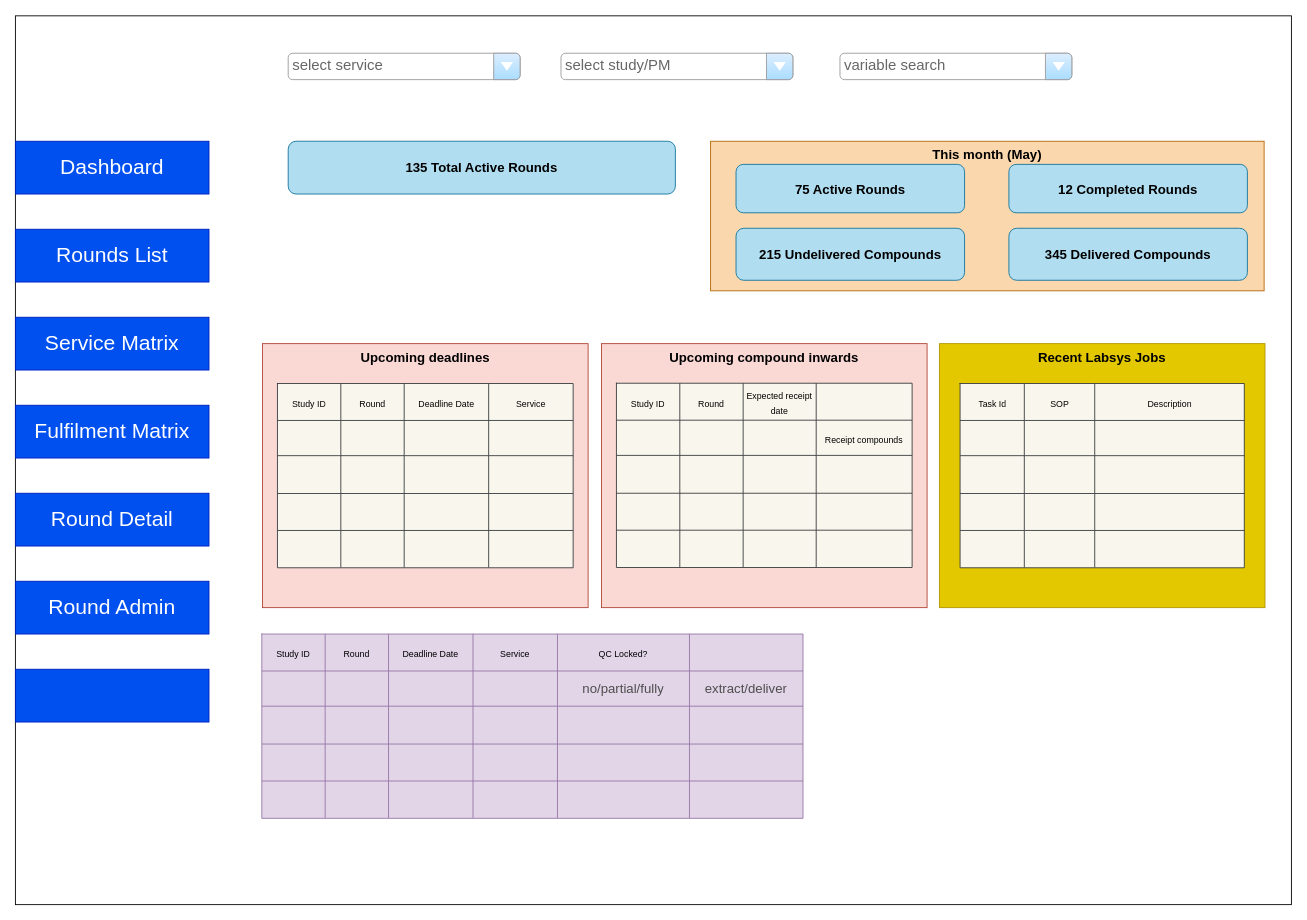
Before: wip-dash.drawio in mdegaris/react-learning, a draw.io diagram. Source tidied: cells renumbered, new cells numbered last; positions are measured from the earlier drawing's top-left corner, leaving out a move shared by most shapes. Both pictures are drawn from the tidied source at 88%, with x=0, y=0 at pixel (15, 16).
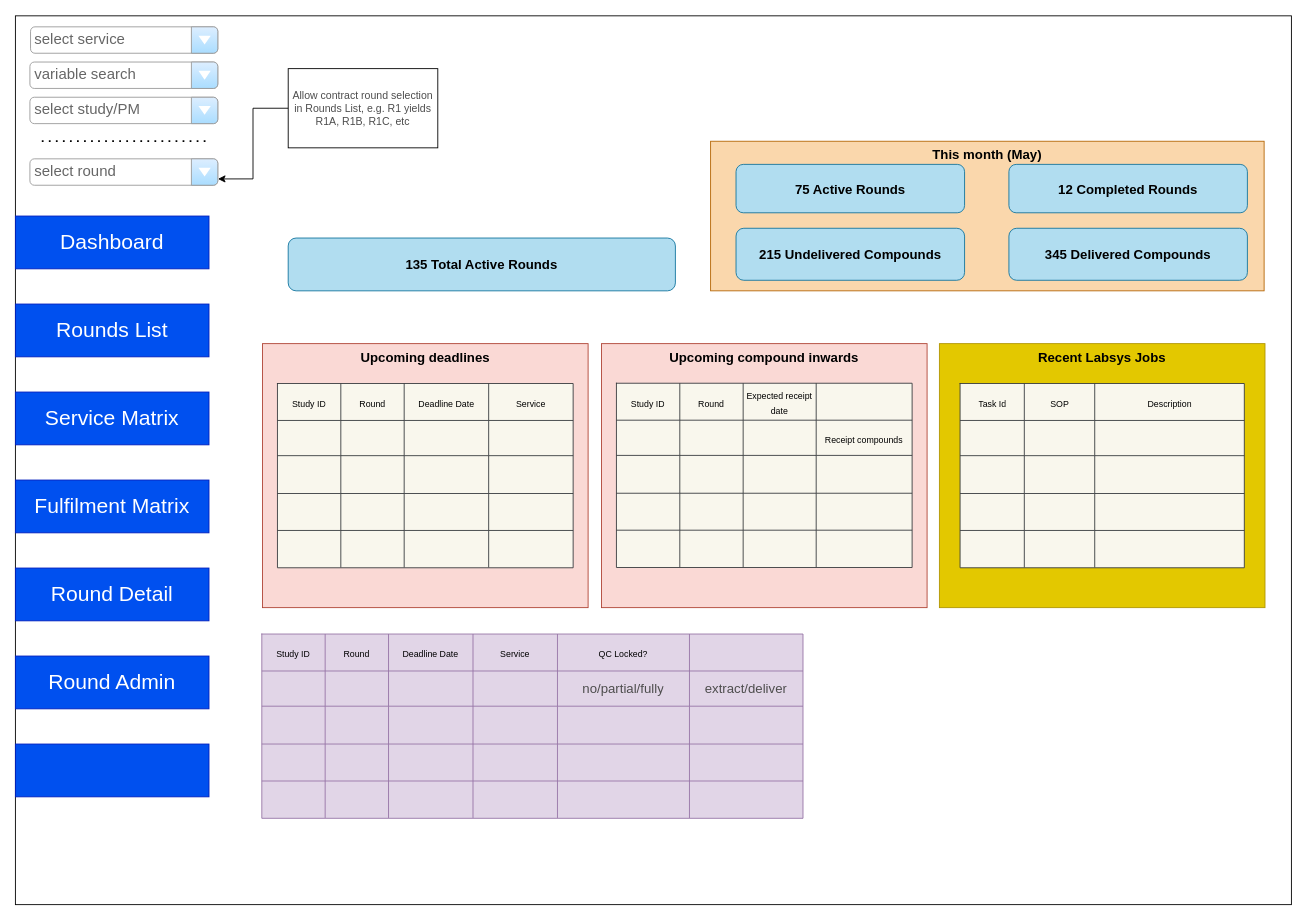
The same page after the edit.

Diff of the diagram source:
```diff
@@
+    <mxCell id="132" style="group;" parent="1" vertex="1">
+      <mxGeometry y="-0.5" width="1450" height="1010" as="geometry" />
+    </mxCell>
+    <mxCell id="133" style="group;" parent="132" vertex="1">
+      <mxGeometry width="1450" height="1010" as="geometry" />
+    </mxCell>
-    <mxCell id="2" style="rounded=0;whiteSpace=wrap;html=1;shadow=0;labelBackgroundColor=none;labelBorderColor=none;sketch=0;fontSize=10;fontColor=#000000;fillColor=#FFFFFF;" parent="1" vertex="1">
-      <mxGeometry y="-0.5" width="1450" height="1010" as="geometry" />
+    <mxCell id="2" style="rounded=0;whiteSpace=wrap;html=1;shadow=0;labelBackgroundColor=none;labelBorderColor=none;sketch=0;fontSize=10;fontColor=#000000;fillColor=#FFFFFF;" parent="133" vertex="1">
+      <mxGeometry width="1450" height="1010" as="geometry" />
     </mxCell>
-    <mxCell id="3" value="select service" style="strokeWidth=1;shadow=0;dashed=0;align=center;html=1;shape=mxgraph.mockup.forms.comboBox;strokeColor=#999999;fillColor=#ddeeff;align=left;fillColor2=#aaddff;mainText=;fontColor=#666666;fontSize=17;spacingLeft=3;rounded=0;glass=0;dashPattern=1 4;labelBackgroundColor=none;labelBorderColor=none;sketch=0;" parent="1" vertex="1">
-      <mxGeometry x="310" y="42" width="263.5" height="30" as="geometry" />
+    <mxCell id="3" value="select service" style="strokeWidth=1;shadow=0;dashed=0;align=center;html=1;shape=mxgraph.mockup.forms.comboBox;strokeColor=#999999;fillColor=#ddeeff;align=left;fillColor2=#aaddff;mainText=;fontColor=#666666;fontSize=17;spacingLeft=3;rounded=0;glass=0;dashPattern=1 4;labelBackgroundColor=none;labelBorderColor=none;sketch=0;" parent="133" vertex="1">
+      <mxGeometry x="17.2" y="12.5" width="212.8" height="30" as="geometry" />
     </mxCell>
-    <mxCell id="4" value="select study/PM" style="strokeWidth=1;shadow=0;dashed=0;align=center;html=1;shape=mxgraph.mockup.forms.comboBox;strokeColor=#999999;fillColor=#ddeeff;align=left;fillColor2=#aaddff;mainText=;fontColor=#666666;fontSize=17;spacingLeft=3;rounded=0;glass=0;dashPattern=1 4;labelBackgroundColor=none;labelBorderColor=none;sketch=0;" parent="1" vertex="1">
-      <mxGeometry x="620" y="42" width="263.5" height="30" as="geometry" />
+    <mxCell id="4" value="select study/PM" style="strokeWidth=1;shadow=0;dashed=0;align=center;html=1;shape=mxgraph.mockup.forms.comboBox;strokeColor=#999999;fillColor=#ddeeff;align=left;fillColor2=#aaddff;mainText=;fontColor=#666666;fontSize=17;spacingLeft=3;rounded=0;glass=0;dashPattern=1 4;labelBackgroundColor=none;labelBorderColor=none;sketch=0;" parent="133" vertex="1">
+      <mxGeometry x="16.5" y="92.5" width="213.5" height="30" as="geometry" />
     </mxCell>
+    <mxCell id="95" value="variable search" style="strokeWidth=1;shadow=0;dashed=0;align=center;html=1;shape=mxgraph.mockup.forms.comboBox;strokeColor=#999999;fillColor=#ddeeff;align=left;fillColor2=#aaddff;mainText=;fontColor=#666666;fontSize=17;spacingLeft=3;rounded=0;glass=0;dashPattern=1 4;labelBackgroundColor=none;labelBorderColor=none;sketch=0;" parent="133" vertex="1">
+      <mxGeometry x="16.5" y="52.5" width="213.5" height="30" as="geometry" />
+    </mxCell>
+    <mxCell id="134" value="select round" style="strokeWidth=1;shadow=0;dashed=0;align=center;html=1;shape=mxgraph.mockup.forms.comboBox;strokeColor=#999999;fillColor=#ddeeff;align=left;fillColor2=#aaddff;mainText=;fontColor=#666666;fontSize=17;spacingLeft=3;rounded=0;glass=0;dashPattern=1 4;labelBackgroundColor=none;labelBorderColor=none;sketch=0;" parent="133" vertex="1">
+      <mxGeometry x="16.5" y="162.5" width="213.5" height="30" as="geometry" />
+    </mxCell>
+    <mxCell id="135" style="endArrow=none;dashed=1;html=1;dashPattern=1 3;strokeWidth=2;rounded=0;fontColor=#4D4D4D;" parent="133" edge="1">
+      <mxGeometry relative="1" as="geometry">
+        <mxPoint x="30" y="142.5" as="sourcePoint" />
+        <mxPoint x="220" y="142.5" as="targetPoint" />
+      </mxGeometry>
+    </mxCell>
+    <mxCell id="136" style="edgeStyle=orthogonalEdgeStyle;rounded=0;jettySize=auto;html=1;entryX=1.001;entryY=0.761;entryDx=0;entryDy=0;entryPerimeter=0;fontColor=#4D4D4D;" parent="133" edge="1" source="137" target="134">
+      <mxGeometry relative="1" as="geometry" />
+    </mxCell>
+    <mxCell id="137" value="Allow contract round selection in Rounds List, e.g. R1 yields R1A, R1B, R1C, etc" style="text;html=1;strokeColor=default;fillColor=none;align=center;verticalAlign=middle;whiteSpace=wrap;rounded=0;fontColor=#4D4D4D;" parent="133" vertex="1">
+      <mxGeometry x="310" y="60" width="170" height="90" as="geometry" />
+    </mxCell>
@@
     <mxCell id="54" value="135 Total Active Rounds" style="rounded=1;whiteSpace=wrap;html=1;fontSize=15;labelBackgroundColor=none;fillColor=#b1ddf0;strokeColor=#10739e;fontStyle=1;" parent="1" vertex="1">
-      <mxGeometry x="310" y="142" width="440" height="60" as="geometry" />
+      <mxGeometry x="310" y="252" width="440" height="60" as="geometry" />
     </mxCell>
@@
-    <mxCell id="88" value="Dashboard" style="rounded=0;whiteSpace=wrap;html=1;shadow=0;labelBackgroundColor=none;labelBorderColor=none;sketch=0;fontSize=24;fillColor=#0050ef;strokeColor=#001DBC;fontColor=#ffffff;" parent="1" vertex="1">
-      <mxGeometry y="142" width="220" height="60" as="geometry" />
-    </mxCell>
-    <mxCell id="89" value="Rounds List" style="rounded=0;whiteSpace=wrap;html=1;shadow=0;labelBackgroundColor=none;labelBorderColor=none;sketch=0;fontSize=24;fillColor=#0050ef;strokeColor=#001DBC;fontColor=#ffffff;" parent="1" vertex="1">
-      <mxGeometry y="242" width="220" height="60" as="geometry" />
-    </mxCell>
-    <mxCell id="90" value="Service Matrix" style="rounded=0;whiteSpace=wrap;html=1;shadow=0;labelBackgroundColor=none;labelBorderColor=none;sketch=0;fontSize=24;fillColor=#0050ef;strokeColor=#001DBC;fontColor=#ffffff;" parent="1" vertex="1">
-      <mxGeometry y="342" width="220" height="60" as="geometry" />
-    </mxCell>
-    <mxCell id="91" value="Fulfilment Matrix" style="rounded=0;whiteSpace=wrap;html=1;shadow=0;labelBackgroundColor=none;labelBorderColor=none;sketch=0;fontSize=24;fillColor=#0050ef;strokeColor=#001DBC;fontColor=#ffffff;" parent="1" vertex="1">
-      <mxGeometry y="442" width="220" height="60" as="geometry" />
-    </mxCell>
-    <mxCell id="92" value="Round Detail" style="rounded=0;whiteSpace=wrap;html=1;shadow=0;labelBackgroundColor=none;labelBorderColor=none;sketch=0;fontSize=24;fillColor=#0050ef;strokeColor=#001DBC;fontColor=#ffffff;" parent="1" vertex="1">
-      <mxGeometry y="542" width="220" height="60" as="geometry" />
-    </mxCell>
-    <mxCell id="93" value="Round Admin" style="rounded=0;whiteSpace=wrap;html=1;shadow=0;labelBackgroundColor=none;labelBorderColor=none;sketch=0;fontSize=24;fillColor=#0050ef;strokeColor=#001DBC;fontColor=#ffffff;" parent="1" vertex="1">
-      <mxGeometry y="642" width="220" height="60" as="geometry" />
-    </mxCell>
-    <mxCell id="94" style="rounded=0;whiteSpace=wrap;html=1;shadow=0;labelBackgroundColor=none;labelBorderColor=none;sketch=0;fontSize=24;fillColor=#0050ef;strokeColor=#001DBC;fontColor=#ffffff;" parent="1" vertex="1">
-      <mxGeometry y="742" width="220" height="60" as="geometry" />
-    </mxCell>
-    <mxCell id="95" value="variable search" style="strokeWidth=1;shadow=0;dashed=0;align=center;html=1;shape=mxgraph.mockup.forms.comboBox;strokeColor=#999999;fillColor=#ddeeff;align=left;fillColor2=#aaddff;mainText=;fontColor=#666666;fontSize=17;spacingLeft=3;rounded=0;glass=0;dashPattern=1 4;labelBackgroundColor=none;labelBorderColor=none;sketch=0;" parent="1" vertex="1">
-      <mxGeometry x="937" y="42" width="263.5" height="30" as="geometry" />
-    </mxCell>
@@
+    <mxCell id="138" style="group;" parent="1" vertex="1">
+      <mxGeometry y="227" width="220" height="660" as="geometry" />
+    </mxCell>
+    <mxCell id="88" value="Dashboard" style="rounded=0;whiteSpace=wrap;html=1;shadow=0;labelBackgroundColor=none;labelBorderColor=none;sketch=0;fontSize=24;fillColor=#0050ef;strokeColor=#001DBC;fontColor=#ffffff;" parent="138" vertex="1">
+      <mxGeometry width="220" height="60" as="geometry" />
+    </mxCell>
+    <mxCell id="89" value="Rounds List" style="rounded=0;whiteSpace=wrap;html=1;shadow=0;labelBackgroundColor=none;labelBorderColor=none;sketch=0;fontSize=24;fillColor=#0050ef;strokeColor=#001DBC;fontColor=#ffffff;" parent="138" vertex="1">
+      <mxGeometry y="100" width="220" height="60" as="geometry" />
+    </mxCell>
+    <mxCell id="90" value="Service Matrix" style="rounded=0;whiteSpace=wrap;html=1;shadow=0;labelBackgroundColor=none;labelBorderColor=none;sketch=0;fontSize=24;fillColor=#0050ef;strokeColor=#001DBC;fontColor=#ffffff;" parent="138" vertex="1">
+      <mxGeometry y="200" width="220" height="60" as="geometry" />
+    </mxCell>
+    <mxCell id="91" value="Fulfilment Matrix" style="rounded=0;whiteSpace=wrap;html=1;shadow=0;labelBackgroundColor=none;labelBorderColor=none;sketch=0;fontSize=24;fillColor=#0050ef;strokeColor=#001DBC;fontColor=#ffffff;" parent="138" vertex="1">
+      <mxGeometry y="300" width="220" height="60" as="geometry" />
+    </mxCell>
+    <mxCell id="92" value="Round Detail" style="rounded=0;whiteSpace=wrap;html=1;shadow=0;labelBackgroundColor=none;labelBorderColor=none;sketch=0;fontSize=24;fillColor=#0050ef;strokeColor=#001DBC;fontColor=#ffffff;" parent="138" vertex="1">
+      <mxGeometry y="400" width="220" height="60" as="geometry" />
+    </mxCell>
+    <mxCell id="93" value="Round Admin" style="rounded=0;whiteSpace=wrap;html=1;shadow=0;labelBackgroundColor=none;labelBorderColor=none;sketch=0;fontSize=24;fillColor=#0050ef;strokeColor=#001DBC;fontColor=#ffffff;" parent="138" vertex="1">
+      <mxGeometry y="500" width="220" height="60" as="geometry" />
+    </mxCell>
+    <mxCell id="94" style="rounded=0;whiteSpace=wrap;html=1;shadow=0;labelBackgroundColor=none;labelBorderColor=none;sketch=0;fontSize=24;fillColor=#0050ef;strokeColor=#001DBC;fontColor=#ffffff;" parent="138" vertex="1">
+      <mxGeometry y="600" width="220" height="60" as="geometry" />
+    </mxCell>
```
